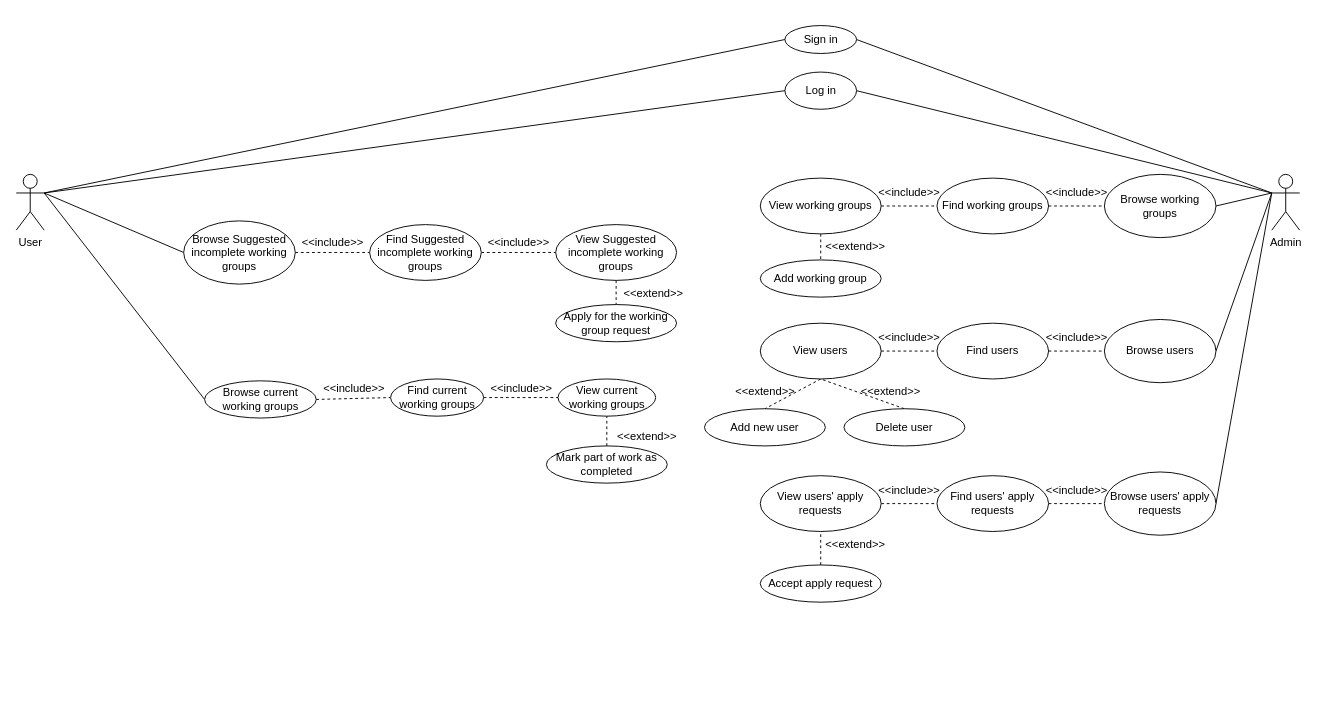
This is documents/usecase_diagram/use cases diagram.drawio from marcopettorali/lnpx_task3, a draw.io file, before an edit. Source tidied: cells renumbered, new cells numbered last; positions are measured from the earlier drawing's top-left corner, leaving out a move shared by most shapes. Both pictures are drawn from the tidied source at 93%, with x=0, y=0 at pixel (16, 25).
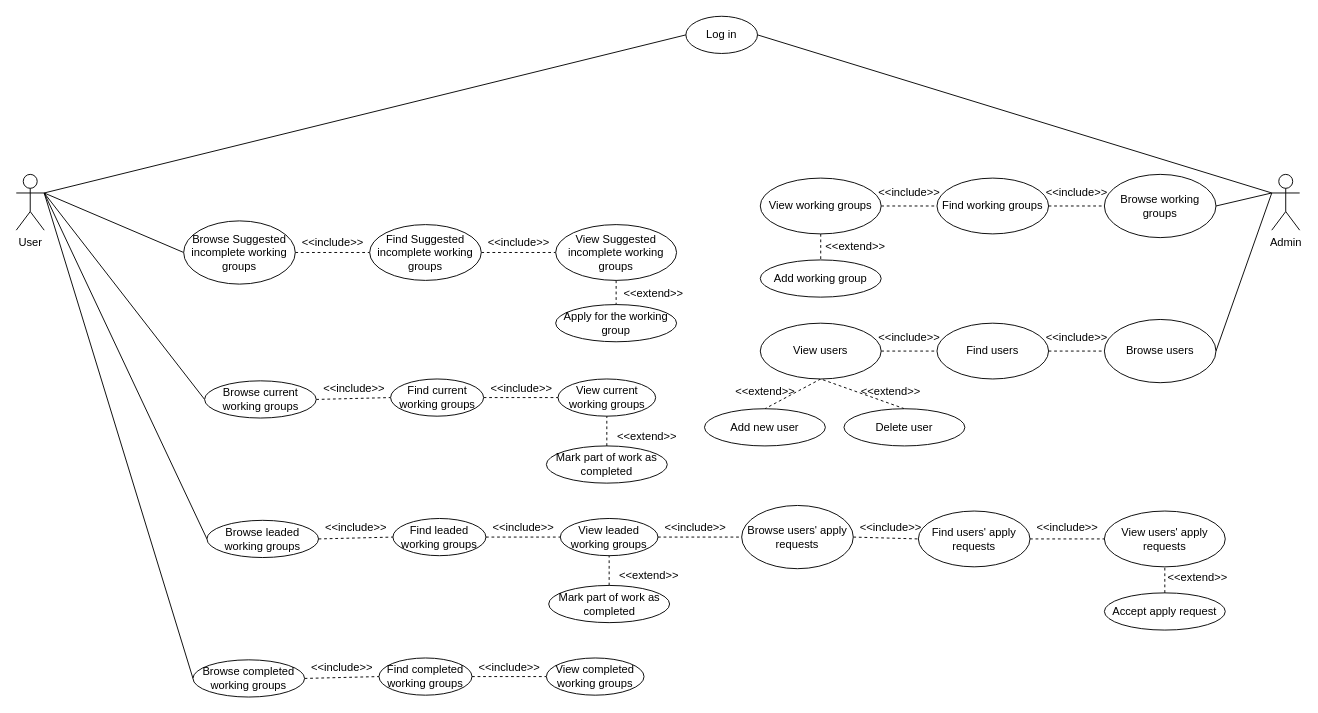
Above is the later version.

The change refers to these unchanged cells:
```xml
<mxCell id="5" value="User" style="shape=umlActor;verticalLabelPosition=bottom;labelBackgroundColor=#ffffff;verticalAlign=top;html=1;outlineConnect=0;" parent="1" vertex="1">
  <mxGeometry y="160" width="30" height="60" as="geometry" />
</mxCell>
<mxCell id="33" value="Admin" style="shape=umlActor;verticalLabelPosition=bottom;labelBackgroundColor=#ffffff;verticalAlign=top;html=1;" parent="1" vertex="1">
  <mxGeometry x="1350" y="160" width="30" height="60" as="geometry" />
</mxCell>
```

Change to the diagram source:
```diff
@@
-    <mxCell id="2" style="rounded=0;jettySize=auto;html=1;exitX=1;exitY=0.3333333333333333;exitDx=0;exitDy=0;exitPerimeter=0;entryX=0;entryY=0.5;entryDx=0;entryDy=0;endArrow=none;endFill=0;elbow=vertical;" parent="1" edge="1" source="5" target="9">
-      <mxGeometry relative="1" as="geometry" />
-    </mxCell>
@@
+    <mxCell id="68" style="rounded=0;jettySize=auto;html=1;exitX=1;exitY=0.3333333333333333;exitDx=0;exitDy=0;exitPerimeter=0;entryX=0;entryY=0.5;entryDx=0;entryDy=0;endArrow=none;endFill=0;" parent="1" edge="1" source="5" target="72">
+      <mxGeometry relative="1" as="geometry" />
+    </mxCell>
@@
     <mxCell id="7" value="Log in" style="ellipse;whiteSpace=wrap;html=1;" parent="1" vertex="1">
-      <mxGeometry x="826.5" y="50" width="77" height="40" as="geometry" />
+      <mxGeometry x="720" y="-10" width="77" height="40" as="geometry" />
     </mxCell>
-    <mxCell id="8" style="rounded=0;jettySize=auto;html=1;exitX=1;exitY=0.5;exitDx=0;exitDy=0;endArrow=none;endFill=0;entryX=0;entryY=0.3333333333333333;entryDx=0;entryDy=0;entryPerimeter=0;" parent="1" edge="1" source="9" target="33">
-      <mxGeometry relative="1" as="geometry" />
-    </mxCell>
-    <mxCell id="9" value="Sign in" style="ellipse;whiteSpace=wrap;html=1;" parent="1" vertex="1">
-      <mxGeometry x="826.5" width="77" height="30" as="geometry" />
-    </mxCell>
@@
-    <mxCell id="29" value="Apply for the working group request" style="ellipse;whiteSpace=wrap;html=1;" parent="1" vertex="1">
+    <mxCell id="29" value="Apply for the working group" style="ellipse;whiteSpace=wrap;html=1;" parent="1" vertex="1">
       <mxGeometry x="580" y="300" width="130" height="40" as="geometry" />
     </mxCell>
@@
-    <mxCell id="32" style="edgeStyle=none;rounded=0;jettySize=auto;html=1;exitX=0;exitY=0.3333333333333333;exitDx=0;exitDy=0;exitPerimeter=0;entryX=1;entryY=0.5;entryDx=0;entryDy=0;endArrow=none;endFill=0;" parent="1" edge="1" source="33" target="58">
-      <mxGeometry relative="1" as="geometry" />
-    </mxCell>
@@
+    <mxCell id="69" style="edgeStyle=none;rounded=0;jettySize=auto;html=1;exitX=1;exitY=0.5;exitDx=0;exitDy=0;entryX=0;entryY=0.5;entryDx=0;entryDy=0;dashed=1;endArrow=none;endFill=0;" parent="1" edge="1" source="58" target="60">
+      <mxGeometry relative="1" as="geometry" />
+    </mxCell>
     <mxCell id="58" value="Browse users' apply requests" style="ellipse;whiteSpace=wrap;html=1;" parent="1" vertex="1">
-      <mxGeometry x="1170" y="480" width="120" height="68" as="geometry" />
+      <mxGeometry x="780" y="516" width="120" height="68" as="geometry" />
     </mxCell>
-    <mxCell id="59" style="edgeStyle=none;rounded=0;jettySize=auto;html=1;exitX=1;exitY=0.5;exitDx=0;exitDy=0;entryX=0;entryY=0.5;entryDx=0;entryDy=0;dashed=1;endArrow=none;endFill=0;" parent="1" edge="1" source="60" target="58">
-      <mxGeometry relative="1" as="geometry" />
-    </mxCell>
+    <mxCell id="70" style="edgeStyle=none;rounded=0;jettySize=auto;html=1;exitX=1;exitY=0.5;exitDx=0;exitDy=0;entryX=0;entryY=0.5;entryDx=0;entryDy=0;dashed=1;endArrow=none;endFill=0;" parent="1" edge="1" source="60" target="62">
+      <mxGeometry relative="1" as="geometry" />
+    </mxCell>
     <mxCell id="60" value="Find users' apply requests" style="ellipse;whiteSpace=wrap;html=1;" parent="1" vertex="1">
-      <mxGeometry x="990" y="484" width="120" height="60" as="geometry" />
+      <mxGeometry x="970" y="522" width="120" height="60" as="geometry" />
     </mxCell>
-    <mxCell id="61" style="edgeStyle=none;rounded=0;jettySize=auto;html=1;exitX=1;exitY=0.5;exitDx=0;exitDy=0;entryX=0;entryY=0.5;entryDx=0;entryDy=0;endArrow=none;endFill=0;dashed=1;" parent="1" edge="1" source="62" target="60">
-      <mxGeometry relative="1" as="geometry" />
-    </mxCell>
     <mxCell id="62" value="View users' apply requests" style="ellipse;whiteSpace=wrap;html=1;" parent="1" vertex="1">
-      <mxGeometry x="800" y="484" width="130" height="60" as="geometry" />
+      <mxGeometry x="1170" y="522" width="130" height="60" as="geometry" />
     </mxCell>
     <mxCell id="63" value="&amp;lt;&amp;lt;include&amp;gt;&amp;gt;" style="text;html=1;align=center;verticalAlign=middle;" parent="1" vertex="1">
-      <mxGeometry x="920" y="490" width="80" height="20" as="geometry" />
+      <mxGeometry x="690" y="530" width="80" height="20" as="geometry" />
     </mxCell>
     <mxCell id="64" value="&amp;lt;&amp;lt;include&amp;gt;&amp;gt;" style="text;html=1;align=center;verticalAlign=middle;" parent="1" vertex="1">
-      <mxGeometry x="1100" y="490" width="80" height="20" as="geometry" />
+      <mxGeometry x="900" y="530" width="80" height="20" as="geometry" />
     </mxCell>
@@
     <mxCell id="66" value="Accept apply request" style="ellipse;whiteSpace=wrap;html=1;" parent="1" vertex="1">
-      <mxGeometry x="800" y="580" width="130" height="40" as="geometry" />
+      <mxGeometry x="1170" y="610" width="130" height="40" as="geometry" />
     </mxCell>
-    <mxCell id="67" value="&amp;lt;&amp;lt;extend&amp;gt;&amp;gt;" style="text;html=1;align=center;verticalAlign=middle;" parent="1" vertex="1">
-      <mxGeometry x="861.5" y="548" width="80" height="20" as="geometry" />
-    </mxCell>
+    <mxCell id="71" style="edgeStyle=none;rounded=0;jettySize=auto;html=1;exitX=1;exitY=0.5;exitDx=0;exitDy=0;entryX=0;entryY=0.5;entryDx=0;entryDy=0;endArrow=none;endFill=0;dashed=1;" parent="1" edge="1" source="72" target="74">
+      <mxGeometry relative="1" as="geometry" />
+    </mxCell>
+    <mxCell id="72" value="Browse completed working groups" style="ellipse;whiteSpace=wrap;html=1;" parent="1" vertex="1">
+      <mxGeometry x="190" y="682" width="120" height="40" as="geometry" />
+    </mxCell>
+    <mxCell id="73" style="edgeStyle=none;rounded=0;jettySize=auto;html=1;exitX=1;exitY=0.5;exitDx=0;exitDy=0;entryX=0;entryY=0.5;entryDx=0;entryDy=0;dashed=1;endArrow=none;endFill=0;" parent="1" edge="1" source="74" target="75">
+      <mxGeometry relative="1" as="geometry" />
+    </mxCell>
+    <mxCell id="74" value="Find completed working groups" style="ellipse;whiteSpace=wrap;html=1;" parent="1" vertex="1">
+      <mxGeometry x="390" y="680" width="100" height="40" as="geometry" />
+    </mxCell>
+    <mxCell id="75" value="View completed working groups" style="ellipse;whiteSpace=wrap;html=1;" parent="1" vertex="1">
+      <mxGeometry x="570" y="680" width="105" height="40" as="geometry" />
+    </mxCell>
+    <mxCell id="76" value="&amp;lt;&amp;lt;include&amp;gt;&amp;gt;" style="text;html=1;align=center;verticalAlign=middle;" parent="1" vertex="1">
+      <mxGeometry x="310" y="680" width="80" height="20" as="geometry" />
+    </mxCell>
+    <mxCell id="77" value="&amp;lt;&amp;lt;include&amp;gt;&amp;gt;" style="text;html=1;align=center;verticalAlign=middle;" parent="1" vertex="1">
+      <mxGeometry x="490" y="680" width="80" height="20" as="geometry" />
+    </mxCell>
+    <mxCell id="78" style="edgeStyle=none;rounded=0;jettySize=auto;html=1;exitX=1;exitY=0.5;exitDx=0;exitDy=0;entryX=0;entryY=0.5;entryDx=0;entryDy=0;endArrow=none;endFill=0;dashed=1;" parent="1" edge="1" source="80" target="82">
+      <mxGeometry relative="1" as="geometry" />
+    </mxCell>
+    <mxCell id="79" style="edgeStyle=none;rounded=0;jettySize=auto;html=1;exitX=0;exitY=0.5;exitDx=0;exitDy=0;entryX=1;entryY=0.3333333333333333;entryDx=0;entryDy=0;entryPerimeter=0;endArrow=none;endFill=0;" parent="1" edge="1" source="80" target="5">
+      <mxGeometry relative="1" as="geometry" />
+    </mxCell>
+    <mxCell id="80" value="Browse leaded working groups" style="ellipse;whiteSpace=wrap;html=1;" parent="1" vertex="1">
+      <mxGeometry x="205" y="532" width="120" height="40" as="geometry" />
+    </mxCell>
+    <mxCell id="81" style="edgeStyle=none;rounded=0;jettySize=auto;html=1;exitX=1;exitY=0.5;exitDx=0;exitDy=0;entryX=0;entryY=0.5;entryDx=0;entryDy=0;dashed=1;endArrow=none;endFill=0;" parent="1" edge="1" source="82" target="84">
+      <mxGeometry relative="1" as="geometry" />
+    </mxCell>
+    <mxCell id="82" value="Find leaded working groups" style="ellipse;whiteSpace=wrap;html=1;" parent="1" vertex="1">
+      <mxGeometry x="405" y="530" width="100" height="40" as="geometry" />
+    </mxCell>
+    <mxCell id="83" style="edgeStyle=none;rounded=0;jettySize=auto;html=1;exitX=1;exitY=0.5;exitDx=0;exitDy=0;entryX=0;entryY=0.5;entryDx=0;entryDy=0;endArrow=none;endFill=0;dashed=1;" parent="1" edge="1" source="84" target="58">
+      <mxGeometry relative="1" as="geometry" />
+    </mxCell>
+    <mxCell id="84" value="View leaded working groups" style="ellipse;whiteSpace=wrap;html=1;" parent="1" vertex="1">
+      <mxGeometry x="585" y="530" width="105" height="40" as="geometry" />
+    </mxCell>
+    <mxCell id="85" value="&amp;lt;&amp;lt;include&amp;gt;&amp;gt;" style="text;html=1;align=center;verticalAlign=middle;" parent="1" vertex="1">
+      <mxGeometry x="325" y="530" width="80" height="20" as="geometry" />
+    </mxCell>
+    <mxCell id="86" value="&amp;lt;&amp;lt;include&amp;gt;&amp;gt;" style="text;html=1;align=center;verticalAlign=middle;" parent="1" vertex="1">
+      <mxGeometry x="505" y="530" width="80" height="20" as="geometry" />
+    </mxCell>
+    <mxCell id="87" style="edgeStyle=none;rounded=0;jettySize=auto;html=1;exitX=0.5;exitY=0;exitDx=0;exitDy=0;endArrow=none;endFill=0;dashed=1;" parent="1" edge="1" source="88" target="84">
+      <mxGeometry relative="1" as="geometry" />
+    </mxCell>
+    <mxCell id="88" value="Mark part of work as completed" style="ellipse;whiteSpace=wrap;html=1;" parent="1" vertex="1">
+      <mxGeometry x="572.5" y="602" width="130" height="40" as="geometry" />
+    </mxCell>
+    <mxCell id="89" value="&amp;lt;&amp;lt;extend&amp;gt;&amp;gt;" style="text;html=1;align=center;verticalAlign=middle;" parent="1" vertex="1">
+      <mxGeometry x="640" y="582" width="80" height="20" as="geometry" />
+    </mxCell>
+    <mxCell id="90" value="&amp;lt;&amp;lt;include&amp;gt;&amp;gt;" style="text;html=1;align=center;verticalAlign=middle;" parent="1" vertex="1">
+      <mxGeometry x="1090" y="530" width="80" height="20" as="geometry" />
+    </mxCell>
+    <mxCell id="91" value="&amp;lt;&amp;lt;extend&amp;gt;&amp;gt;" style="text;html=1;align=center;verticalAlign=middle;" parent="1" vertex="1">
+      <mxGeometry x="1230" y="584" width="80" height="20" as="geometry" />
+    </mxCell>
```
